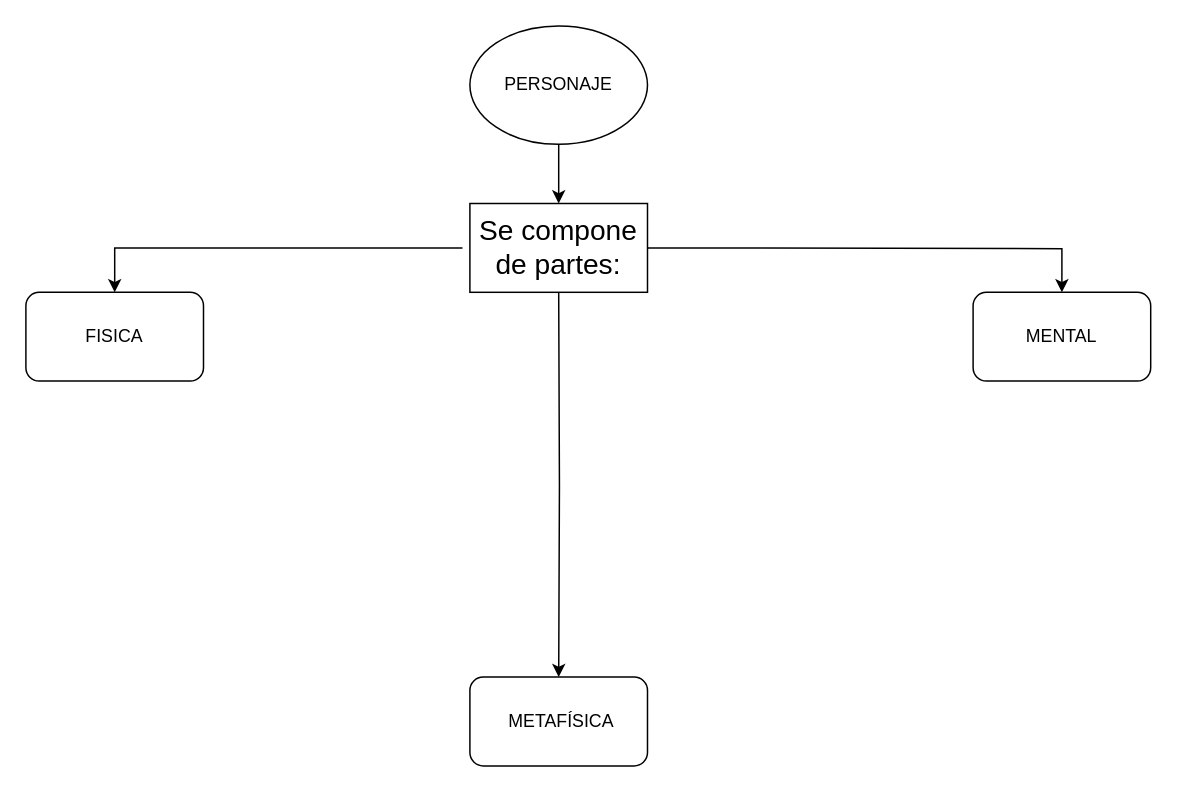
Earlier version of the draw.io diagram DiseñodePJ.drawio (aixairupe/DiagramasRPG). Source tidied: cells renumbered, new cells numbered last; positions are measured from the earlier drawing's top-left corner, leaving out a move shared by most shapes. Both pictures are drawn from the tidied source at 148%, with x=0, y=0 at pixel (25, 25).
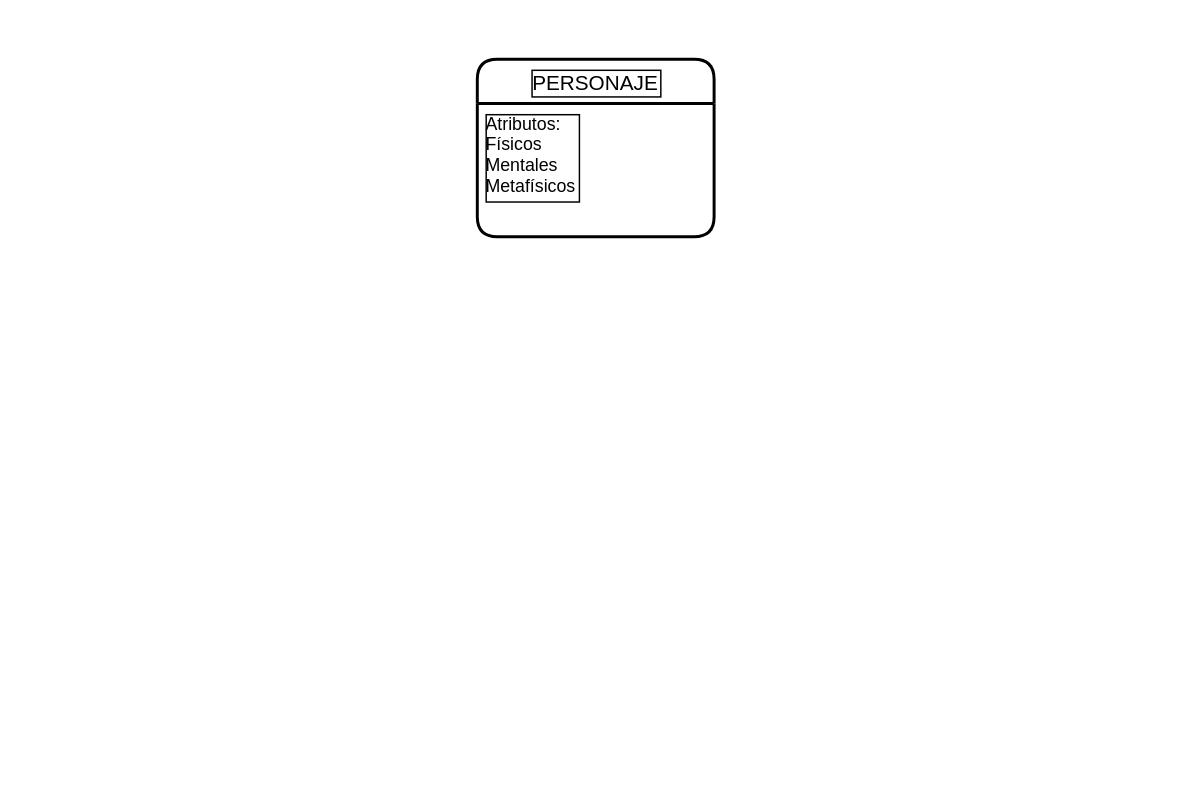
The same page after the edit.

Change to the diagram source:
```diff
@@
 <mxGraphModel>
   <root>
     <mxCell id="0" />
     <mxCell id="1" parent="0" />
-    <mxCell id="2" style="edgeStyle=orthogonalEdgeStyle;rounded=0;jettySize=auto;html=1;" parent="1" edge="1" source="3" target="11">
-      <mxGeometry relative="1" as="geometry" />
-    </mxCell>
-    <mxCell id="3" style="ellipse;whiteSpace=wrap;html=1;" parent="1" vertex="1">
-      <mxGeometry x="300" width="120" height="80" as="geometry" />
-    </mxCell>
-    <mxCell id="4" value="PERSONAJE" style="text;html=1;strokeColor=none;fillColor=none;align=center;verticalAlign=middle;whiteSpace=wrap;rounded=0;" parent="1" vertex="1">
-      <mxGeometry x="305" y="22.5" width="110" height="35" as="geometry" />
+    <mxCell id="4" value="PERSONAJE" style="swimlane;horizontal=1;startSize=30;rounded=1;fontSize=14;fontStyle=0;strokeWidth=2;shadow=0;dashed=0;align=center;labelBorderColor=default;" parent="1" vertex="1">
+      <mxGeometry x="305" y="22.5" width="160" height="120" as="geometry" />
     </mxCell>
-    <mxCell id="5" style="rounded=1;whiteSpace=wrap;html=1;" parent="1" vertex="1">
-      <mxGeometry y="180" width="120" height="60" as="geometry" />
-    </mxCell>
-    <mxCell id="6" style="rounded=1;whiteSpace=wrap;html=1;" parent="1" vertex="1">
-      <mxGeometry x="640" y="180" width="120" height="60" as="geometry" />
-    </mxCell>
-    <mxCell id="7" style="rounded=1;whiteSpace=wrap;html=1;" parent="1" vertex="1">
-      <mxGeometry x="300" y="440" width="120" height="60" as="geometry" />
-    </mxCell>
-    <mxCell id="8" value="FISICA" style="text;html=1;strokeColor=none;fillColor=none;align=center;verticalAlign=middle;whiteSpace=wrap;rounded=0;" parent="1" vertex="1">
-      <mxGeometry x="10" y="190" width="100" height="40" as="geometry" />
-    </mxCell>
-    <mxCell id="9" value="MENTAL" style="text;html=1;strokeColor=none;fillColor=none;align=center;verticalAlign=middle;whiteSpace=wrap;rounded=0;" parent="1" vertex="1">
-      <mxGeometry x="670" y="195" width="60" height="30" as="geometry" />
-    </mxCell>
-    <mxCell id="10" value="METAFÍSICA" style="text;html=1;strokeColor=none;fillColor=none;align=center;verticalAlign=middle;whiteSpace=wrap;rounded=0;" parent="1" vertex="1">
-      <mxGeometry x="304" y="447.5" width="116" height="45" as="geometry" />
-    </mxCell>
-    <mxCell id="11" style="whiteSpace=wrap;html=1;" parent="1" vertex="1">
-      <mxGeometry x="300" y="120" width="120" height="60" as="geometry" />
-    </mxCell>
-    <mxCell id="12" style="edgeStyle=orthogonalEdgeStyle;rounded=0;jettySize=auto;html=1;entryX=0.5;entryY=0;entryDx=0;entryDy=0;fontSize=19;exitX=0;exitY=0.5;exitDx=0;exitDy=0;" parent="1" edge="1" source="15" target="5">
-      <mxGeometry relative="1" as="geometry" />
-    </mxCell>
-    <mxCell id="13" style="edgeStyle=orthogonalEdgeStyle;rounded=0;jettySize=auto;html=1;entryX=0.5;entryY=0;entryDx=0;entryDy=0;fontSize=19;" parent="1" edge="1" target="6">
-      <mxGeometry relative="1" as="geometry">
-        <mxPoint x="420" y="150" as="sourcePoint" />
-      </mxGeometry>
-    </mxCell>
-    <mxCell id="14" style="edgeStyle=orthogonalEdgeStyle;rounded=0;jettySize=auto;html=1;entryX=0.5;entryY=0;entryDx=0;entryDy=0;fontSize=19;" parent="1" edge="1" target="7">
-      <mxGeometry relative="1" as="geometry">
-        <mxPoint x="360" y="180" as="sourcePoint" />
-      </mxGeometry>
-    </mxCell>
-    <mxCell id="15" value="&lt;font style=&quot;font-size: 19px;&quot;&gt;Se compone &lt;br&gt;de partes:&lt;/font&gt;" style="text;html=1;strokeColor=none;fillColor=none;align=center;verticalAlign=middle;whiteSpace=wrap;rounded=0;" parent="1" vertex="1">
-      <mxGeometry x="295" y="125" width="130" height="50" as="geometry" />
-    </mxCell>
+    <mxCell id="16" value="Atributos:&#10;Físicos&#10;Mentales&#10;Metafísicos" style="align=left;strokeColor=none;fillColor=none;spacingLeft=4;fontSize=12;verticalAlign=top;labelBorderColor=default;" parent="4" vertex="1">
+      <mxGeometry y="30" width="160" height="90" as="geometry" />
+    </mxCell>
   </root>
 </mxGraphModel>
```
